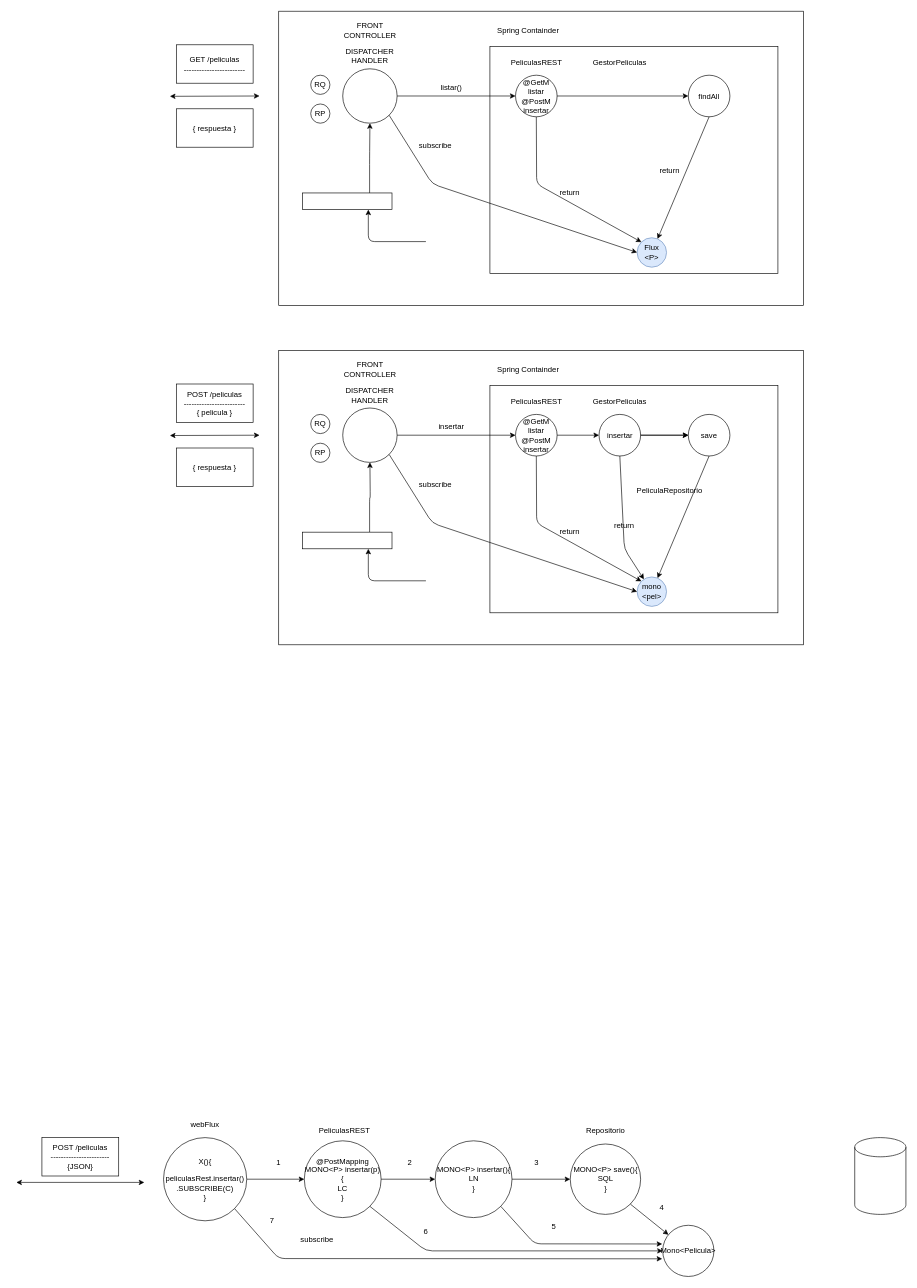
The draw.io diagram page "Página-15" (16 of 20) of panel_microservicios_webflux_05_2022.drawio in lrag/WebFlux, before the edit. Source tidied: cells renumbered, new cells numbered last; positions are measured from the earlier drawing's top-left corner, leaving out a move shared by most shapes. Both pictures are drawn from the tidied source at 64%, with x=0, y=0 at pixel (16, 11).
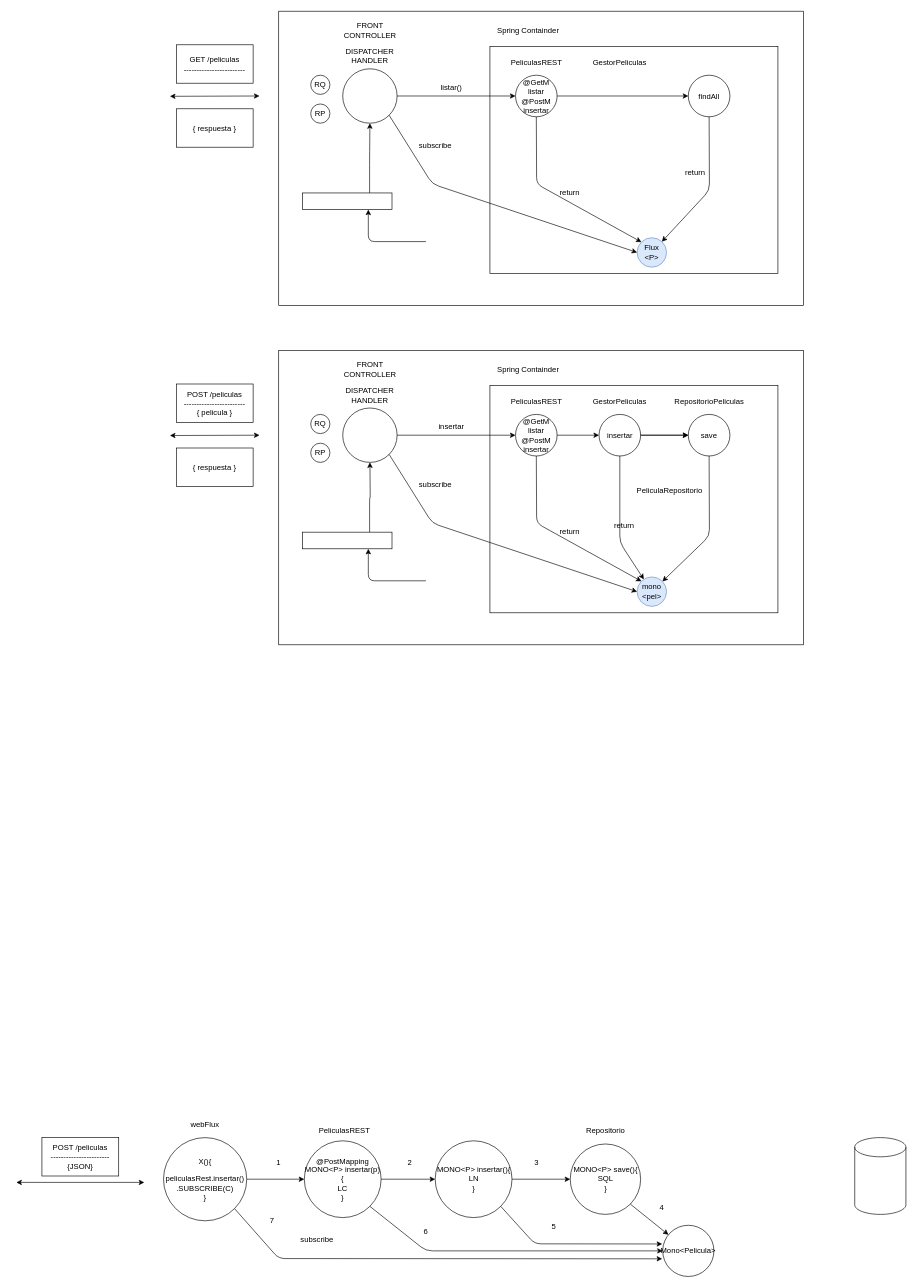
The same diagram, later.

The change refers to these unchanged cells:
```xml
<mxCell id="10" value="findAll" style="ellipse;whiteSpace=wrap;html=1;fillColor=none;" parent="1" vertex="1">
  <mxGeometry x="1050" y="100" width="65" height="65" as="geometry" />
</mxCell>
<mxCell id="16" value="Flux&lt;br&gt;&amp;lt;P&amp;gt;" style="ellipse;whiteSpace=wrap;html=1;fillColor=#dae8fc;strokeColor=#6c8ebf;" parent="1" vertex="1">
  <mxGeometry x="970" y="354" width="46" height="46" as="geometry" />
</mxCell>
<mxCell id="61" value="save" style="ellipse;whiteSpace=wrap;html=1;fillColor=none;" parent="1" vertex="1">
  <mxGeometry x="1050" y="630" width="65" height="65" as="geometry" />
</mxCell>
<mxCell id="64" value="insertar" style="ellipse;whiteSpace=wrap;html=1;fillColor=none;" parent="1" vertex="1">
  <mxGeometry x="910.5" y="630" width="65" height="65" as="geometry" />
</mxCell>
<mxCell id="71" value="mono&lt;br&gt;&amp;lt;pel&amp;gt;" style="ellipse;whiteSpace=wrap;html=1;fillColor=#dae8fc;strokeColor=#6c8ebf;" parent="1" vertex="1">
  <mxGeometry x="970" y="884" width="46" height="46" as="geometry" />
</mxCell>
```

What changed in the source:
```diff
@@
     <mxCell id="17" style="endArrow=classic;html=1;exitX=0.5;exitY=1;exitDx=0;exitDy=0;" parent="1" edge="1" source="10" target="16">
-      <mxGeometry relative="1" as="geometry" />
+      <mxGeometry relative="1" as="geometry">
+        <Array as="points">
+          <mxPoint x="1083" y="280" />
+        </Array>
+      </mxGeometry>
     </mxCell>
     <mxCell id="18" value="return" style="text;html=1;strokeColor=none;fillColor=none;align=center;verticalAlign=middle;whiteSpace=wrap;rounded=0;" parent="1" vertex="1">
-      <mxGeometry x="1001" y="240" width="40" height="20" as="geometry" />
+      <mxGeometry x="1041" y="243" width="40" height="20" as="geometry" />
     </mxCell>
@@
     <mxCell id="72" style="endArrow=classic;html=1;exitX=0.5;exitY=1;exitDx=0;exitDy=0;" parent="1" edge="1" source="61" target="71">
-      <mxGeometry relative="1" as="geometry" />
+      <mxGeometry relative="1" as="geometry">
+        <Array as="points">
+          <mxPoint x="1083" y="820" />
+        </Array>
+      </mxGeometry>
     </mxCell>
     <mxCell id="73" style="endArrow=classic;html=1;exitX=0.5;exitY=1;exitDx=0;exitDy=0;" parent="1" edge="1" source="64" target="71">
       <mxGeometry relative="1" as="geometry">
         <Array as="points">
-          <mxPoint x="950" y="840" />
+          <mxPoint x="943" y="830" />
         </Array>
       </mxGeometry>
     </mxCell>
@@
+    <mxCell id="89" value="RepositorioPeliculas" style="text;html=1;strokeColor=none;fillColor=none;align=center;verticalAlign=middle;whiteSpace=wrap;rounded=0;" parent="1" vertex="1">
+      <mxGeometry x="1062.5" y="600" width="40" height="20" as="geometry" />
+    </mxCell>
```
